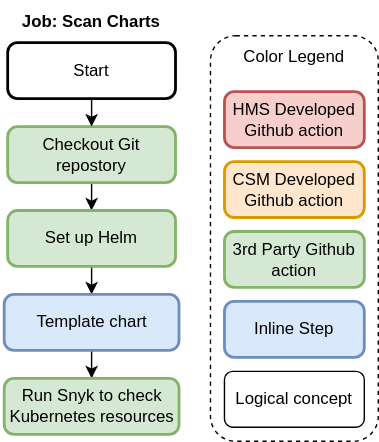
Earlier version of the draw.io export docs/charts_lint_test_scan/job_scan_charts.svg (Cray-HPE/hms-build-chart-workflows). Source tidied: cells renumbered, new cells last; positions are measured from the earlier drawing's top-left corner, leaving out a move shared by most shapes. The source it was exported from:
```xml
<mxGraphModel>
  <root>
    <mxCell id="0" />
    <mxCell id="1" parent="0" />
    <mxCell id="2" value="&lt;b&gt;Job: Scan Charts&lt;/b&gt;" style="text;html=1;strokeColor=none;fillColor=none;align=center;verticalAlign=middle;whiteSpace=wrap;rounded=0;" parent="1" vertex="1">
      <mxGeometry width="130" height="30" as="geometry" />
    </mxCell>
    <mxCell id="3" style="edgeStyle=orthogonalEdgeStyle;rounded=0;jettySize=auto;html=1;exitX=0.5;exitY=1;exitDx=0;exitDy=0;entryX=0.5;entryY=0;entryDx=0;entryDy=0;" parent="1" edge="1" source="4" target="6">
      <mxGeometry relative="1" as="geometry" />
    </mxCell>
    <mxCell id="4" value="Checkout Git repostory" style="rounded=1;whiteSpace=wrap;html=1;absoluteArcSize=1;arcSize=14;strokeWidth=2;fillColor=#d5e8d4;strokeColor=#82b366;" parent="1" vertex="1">
      <mxGeometry x="5" y="90" width="120" height="40" as="geometry" />
    </mxCell>
    <mxCell id="5" style="edgeStyle=orthogonalEdgeStyle;rounded=0;jettySize=auto;html=1;exitX=0.5;exitY=1;exitDx=0;exitDy=0;entryX=0.5;entryY=0;entryDx=0;entryDy=0;" parent="1" edge="1" source="6" target="8">
      <mxGeometry relative="1" as="geometry" />
    </mxCell>
    <mxCell id="6" value="Set up Helm" style="rounded=1;whiteSpace=wrap;html=1;absoluteArcSize=1;arcSize=14;strokeWidth=2;fillColor=#d5e8d4;strokeColor=#82b366;" parent="1" vertex="1">
      <mxGeometry x="5" y="150" width="120" height="40" as="geometry" />
    </mxCell>
    <mxCell id="7" style="edgeStyle=orthogonalEdgeStyle;rounded=0;jettySize=auto;html=1;exitX=0.5;exitY=1;exitDx=0;exitDy=0;" parent="1" edge="1" source="8" target="9">
      <mxGeometry relative="1" as="geometry" />
    </mxCell>
    <mxCell id="8" value="Template chart" style="rounded=1;whiteSpace=wrap;html=1;absoluteArcSize=1;arcSize=14;strokeWidth=2;fillColor=#dae8fc;strokeColor=#6c8ebf;" parent="1" vertex="1">
      <mxGeometry x="2.5" y="210" width="125" height="40" as="geometry" />
    </mxCell>
    <mxCell id="9" value="Run Snyk to check Kubernetes resources" style="rounded=1;whiteSpace=wrap;html=1;absoluteArcSize=1;arcSize=14;strokeWidth=2;fillColor=#d5e8d4;strokeColor=#82b366;" parent="1" vertex="1">
      <mxGeometry x="2.5" y="270" width="125" height="40" as="geometry" />
    </mxCell>
    <mxCell id="10" style="edgeStyle=orthogonalEdgeStyle;rounded=0;jettySize=auto;html=1;exitX=0.5;exitY=1;exitDx=0;exitDy=0;entryX=0.5;entryY=0;entryDx=0;entryDy=0;" parent="1" edge="1" source="11" target="4">
      <mxGeometry relative="1" as="geometry" />
    </mxCell>
    <mxCell id="11" value="Start" style="rounded=1;whiteSpace=wrap;html=1;absoluteArcSize=1;arcSize=14;strokeWidth=2;" parent="1" vertex="1">
      <mxGeometry x="5" y="30" width="120" height="40" as="geometry" />
    </mxCell>
    <mxCell id="12" style="rounded=1;whiteSpace=wrap;html=1;dashed=1;" parent="1" vertex="1">
      <mxGeometry x="150" y="25" width="120" height="290" as="geometry" />
    </mxCell>
    <mxCell id="13" value="3rd Party Github action" style="rounded=1;whiteSpace=wrap;html=1;absoluteArcSize=1;arcSize=14;strokeWidth=2;fillColor=#d5e8d4;strokeColor=#82b366;" parent="1" vertex="1">
      <mxGeometry x="160" y="165" width="100" height="40" as="geometry" />
    </mxCell>
    <mxCell id="14" value="HMS Developed Github action" style="rounded=1;whiteSpace=wrap;html=1;absoluteArcSize=1;arcSize=14;strokeWidth=2;fillColor=#f8cecc;strokeColor=#b85450;" parent="1" vertex="1">
      <mxGeometry x="160" y="65" width="100" height="40" as="geometry" />
    </mxCell>
    <mxCell id="15" value="Inline Step" style="rounded=1;whiteSpace=wrap;html=1;absoluteArcSize=1;arcSize=14;strokeWidth=2;fillColor=#dae8fc;strokeColor=#6c8ebf;" parent="1" vertex="1">
      <mxGeometry x="160" y="215" width="100" height="40" as="geometry" />
    </mxCell>
    <mxCell id="16" value="CSM Developed Github action" style="rounded=1;whiteSpace=wrap;html=1;absoluteArcSize=1;arcSize=14;strokeWidth=2;fillColor=#ffe6cc;strokeColor=#d79b00;" parent="1" vertex="1">
      <mxGeometry x="160" y="115" width="100" height="40" as="geometry" />
    </mxCell>
    <mxCell id="17" value="Logical concept" style="rounded=1;whiteSpace=wrap;html=1;" parent="1" vertex="1">
      <mxGeometry x="160" y="265" width="100" height="40" as="geometry" />
    </mxCell>
    <mxCell id="18" value="Color Legend" style="text;html=1;strokeColor=none;fillColor=none;align=center;verticalAlign=middle;whiteSpace=wrap;rounded=0;" parent="1" vertex="1">
      <mxGeometry x="160" y="25" width="100" height="30" as="geometry" />
    </mxCell>
  </root>
</mxGraphModel>
```
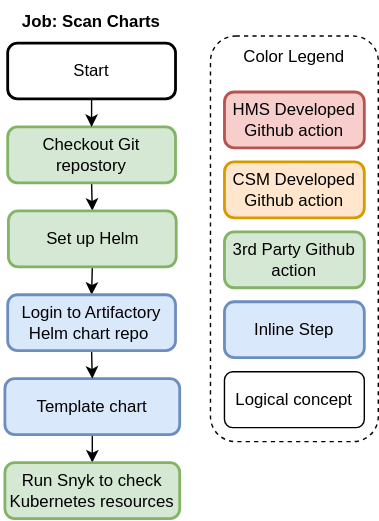
The same diagram one commit later.

What changed in the source:
```diff
@@ -11,20 +11,20 @@
     <mxCell id="4" value="Checkout Git repostory" style="rounded=1;whiteSpace=wrap;html=1;absoluteArcSize=1;arcSize=14;strokeWidth=2;fillColor=#d5e8d4;strokeColor=#82b366;" parent="1" vertex="1">
       <mxGeometry x="5" y="90" width="120" height="40" as="geometry" />
     </mxCell>
-    <mxCell id="5" style="edgeStyle=orthogonalEdgeStyle;rounded=0;jettySize=auto;html=1;exitX=0.5;exitY=1;exitDx=0;exitDy=0;entryX=0.5;entryY=0;entryDx=0;entryDy=0;" parent="1" edge="1" source="6" target="8">
+    <mxCell id="5" style="edgeStyle=orthogonalEdgeStyle;rounded=0;jettySize=auto;html=1;exitX=0.5;exitY=1;exitDx=0;exitDy=0;entryX=0.5;entryY=0;entryDx=0;entryDy=0;" parent="1" edge="1" source="6" target="20">
       <mxGeometry relative="1" as="geometry" />
     </mxCell>
     <mxCell id="6" value="Set up Helm" style="rounded=1;whiteSpace=wrap;html=1;absoluteArcSize=1;arcSize=14;strokeWidth=2;fillColor=#d5e8d4;strokeColor=#82b366;" parent="1" vertex="1">
-      <mxGeometry x="5" y="150" width="120" height="40" as="geometry" />
+      <mxGeometry x="5.5" y="150" width="120" height="40" as="geometry" />
     </mxCell>
     <mxCell id="7" style="edgeStyle=orthogonalEdgeStyle;rounded=0;jettySize=auto;html=1;exitX=0.5;exitY=1;exitDx=0;exitDy=0;" parent="1" edge="1" source="8" target="9">
       <mxGeometry relative="1" as="geometry" />
     </mxCell>
     <mxCell id="8" value="Template chart" style="rounded=1;whiteSpace=wrap;html=1;absoluteArcSize=1;arcSize=14;strokeWidth=2;fillColor=#dae8fc;strokeColor=#6c8ebf;" parent="1" vertex="1">
-      <mxGeometry x="2.5" y="210" width="125" height="40" as="geometry" />
+      <mxGeometry x="3" y="270" width="125" height="40" as="geometry" />
     </mxCell>
     <mxCell id="9" value="Run Snyk to check Kubernetes resources" style="rounded=1;whiteSpace=wrap;html=1;absoluteArcSize=1;arcSize=14;strokeWidth=2;fillColor=#d5e8d4;strokeColor=#82b366;" parent="1" vertex="1">
-      <mxGeometry x="2.5" y="270" width="125" height="40" as="geometry" />
+      <mxGeometry x="3" y="330" width="125" height="40" as="geometry" />
     </mxCell>
     <mxCell id="10" style="edgeStyle=orthogonalEdgeStyle;rounded=0;jettySize=auto;html=1;exitX=0.5;exitY=1;exitDx=0;exitDy=0;entryX=0.5;entryY=0;entryDx=0;entryDy=0;" parent="1" edge="1" source="11" target="4">
       <mxGeometry relative="1" as="geometry" />
@@ -53,5 +53,11 @@
     <mxCell id="18" value="Color Legend" style="text;html=1;strokeColor=none;fillColor=none;align=center;verticalAlign=middle;whiteSpace=wrap;rounded=0;" parent="1" vertex="1">
       <mxGeometry x="160" y="25" width="100" height="30" as="geometry" />
     </mxCell>
+    <mxCell id="19" style="edgeStyle=orthogonalEdgeStyle;rounded=0;jettySize=auto;html=1;exitX=0.5;exitY=1;exitDx=0;exitDy=0;entryX=0.5;entryY=0;entryDx=0;entryDy=0;" parent="1" edge="1" source="20" target="8">
+      <mxGeometry relative="1" as="geometry" />
+    </mxCell>
+    <mxCell id="20" value="Login to Artifactory Helm chart repo&amp;nbsp;" style="rounded=1;whiteSpace=wrap;html=1;absoluteArcSize=1;arcSize=14;strokeWidth=2;fillColor=#dae8fc;strokeColor=#6c8ebf;" parent="1" vertex="1">
+      <mxGeometry x="5" y="210" width="120" height="40" as="geometry" />
+    </mxCell>
   </root>
 </mxGraphModel>
```
